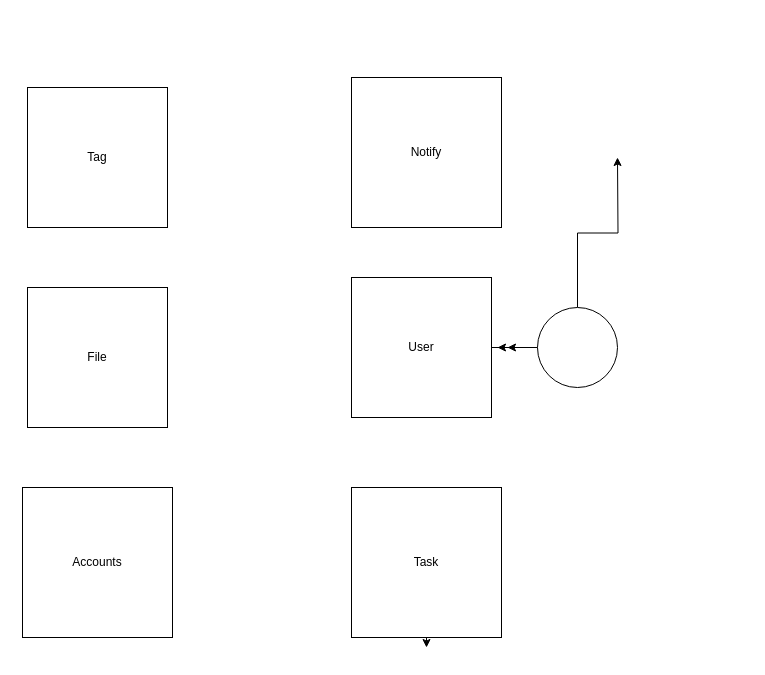
This is specification.drawio from htmlacademy-nestjs/117533-taskforce-3, a draw.io file, before an edit. Source tidied: cells renumbered, new cells numbered last; positions are measured from the earlier drawing's top-left corner, leaving out a move shared by most shapes. Both pictures are drawn from the tidied source at 100%, with x=0, y=0 at pixel (22, 77).
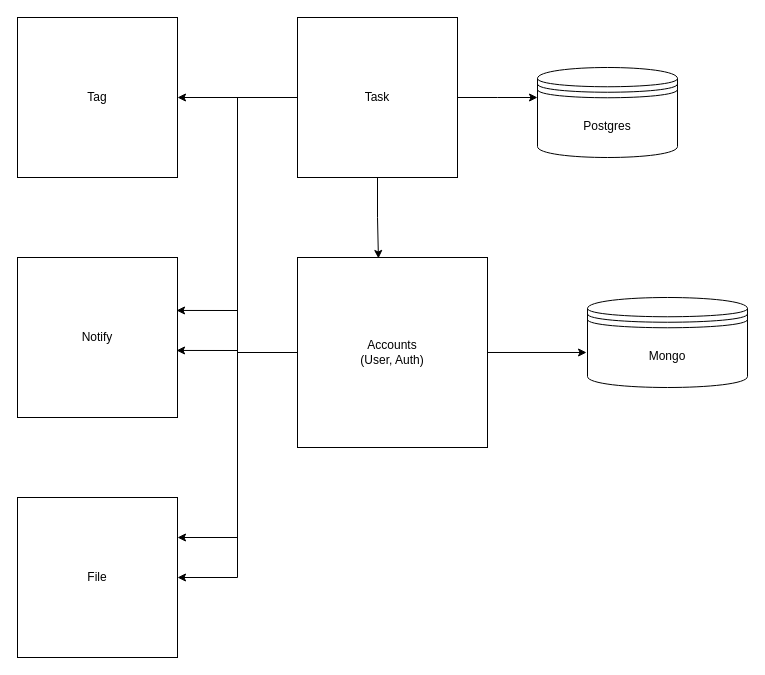
The same page after the edit.

Diff of the diagram source:
```diff
@@
 <mxGraphModel>
   <root>
     <mxCell id="0" />
     <mxCell id="1" parent="0" />
-    <mxCell id="2" value="Accounts&lt;br&gt;" style="whiteSpace=wrap;html=1;" parent="1" vertex="1">
-      <mxGeometry y="410" width="150" height="150" as="geometry" />
-    </mxCell>
-    <mxCell id="3" value="File&lt;br&gt;" style="whiteSpace=wrap;html=1;" parent="1" vertex="1">
-      <mxGeometry x="5" y="210" width="140" height="140" as="geometry" />
+    <mxCell id="3" value="File" style="whiteSpace=wrap;html=1;" parent="1" vertex="1">
+      <mxGeometry x="-5" y="420" width="160" height="160" as="geometry" />
     </mxCell>
-    <mxCell id="4" style="edgeStyle=orthogonalEdgeStyle;rounded=0;jettySize=auto;html=1;" parent="1" edge="1" source="5">
-      <mxGeometry relative="1" as="geometry">
-        <mxPoint x="485" y="270" as="targetPoint" />
-        <Array as="points">
-          <mxPoint x="515" y="270" />
-          <mxPoint x="515" y="270" />
-        </Array>
-      </mxGeometry>
-    </mxCell>
-    <mxCell id="5" value="User&lt;br&gt;" style="whiteSpace=wrap;html=1;" parent="1" vertex="1">
-      <mxGeometry x="329" y="200" width="140" height="140" as="geometry" />
-    </mxCell>
+    <mxCell id="7" value="Notify" style="whiteSpace=wrap;html=1;" parent="1" vertex="1">
+      <mxGeometry x="-5" y="180" width="160" height="160" as="geometry" />
+    </mxCell>
-    <mxCell id="6" value="Tag&lt;br&gt;" style="whiteSpace=wrap;html=1;" parent="1" vertex="1">
-      <mxGeometry x="5" y="10" width="140" height="140" as="geometry" />
+    <mxCell id="6" value="Tag" style="whiteSpace=wrap;html=1;" parent="1" vertex="1">
+      <mxGeometry x="-5" y="-60" width="160" height="160" as="geometry" />
     </mxCell>
-    <mxCell id="7" value="Notify&lt;br&gt;" style="whiteSpace=wrap;html=1;" parent="1" vertex="1">
-      <mxGeometry x="329" width="150" height="150" as="geometry" />
-    </mxCell>
-    <mxCell id="8" style="edgeStyle=orthogonalEdgeStyle;rounded=0;jettySize=auto;html=1;exitX=0.5;exitY=1;exitDx=0;exitDy=0;" parent="1" edge="1" source="9">
-      <mxGeometry relative="1" as="geometry">
-        <mxPoint x="404" y="570" as="targetPoint" />
-      </mxGeometry>
-    </mxCell>
+    <mxCell id="13" style="edgeStyle=orthogonalEdgeStyle;rounded=0;jettySize=auto;html=1;" parent="1" edge="1" source="9">
+      <mxGeometry relative="1" as="geometry">
+        <mxPoint x="515" y="20" as="targetPoint" />
+      </mxGeometry>
+    </mxCell>
+    <mxCell id="14" style="edgeStyle=orthogonalEdgeStyle;rounded=0;jettySize=auto;html=1;entryX=0.426;entryY=0.005;entryDx=0;entryDy=0;entryPerimeter=0;" parent="1" edge="1" source="9" target="21">
+      <mxGeometry relative="1" as="geometry" />
+    </mxCell>
+    <mxCell id="15" style="edgeStyle=orthogonalEdgeStyle;rounded=0;jettySize=auto;html=1;entryX=1;entryY=0.5;entryDx=0;entryDy=0;" parent="1" edge="1" source="9" target="6">
+      <mxGeometry relative="1" as="geometry" />
+    </mxCell>
+    <mxCell id="16" style="edgeStyle=orthogonalEdgeStyle;rounded=0;jettySize=auto;html=1;entryX=1;entryY=0.25;entryDx=0;entryDy=0;" parent="1" edge="1" source="9" target="3">
+      <mxGeometry relative="1" as="geometry" />
+    </mxCell>
+    <mxCell id="17" style="edgeStyle=orthogonalEdgeStyle;rounded=0;jettySize=auto;html=1;entryX=0.994;entryY=0.331;entryDx=0;entryDy=0;entryPerimeter=0;" parent="1" edge="1" source="9" target="7">
+      <mxGeometry relative="1" as="geometry" />
+    </mxCell>
-    <mxCell id="9" value="Task&lt;br&gt;" style="whiteSpace=wrap;html=1;" parent="1" vertex="1">
-      <mxGeometry x="329" y="410" width="150" height="150" as="geometry" />
+    <mxCell id="9" value="Task" style="whiteSpace=wrap;html=1;" parent="1" vertex="1">
+      <mxGeometry x="275" y="-60" width="160" height="160" as="geometry" />
     </mxCell>
-    <mxCell id="10" style="edgeStyle=orthogonalEdgeStyle;rounded=0;jettySize=auto;html=1;" parent="1" edge="1" source="12">
-      <mxGeometry relative="1" as="geometry">
-        <mxPoint x="475" y="270" as="targetPoint" />
-      </mxGeometry>
-    </mxCell>
-    <mxCell id="11" style="edgeStyle=orthogonalEdgeStyle;rounded=0;jettySize=auto;html=1;" parent="1" edge="1" source="12">
-      <mxGeometry relative="1" as="geometry">
-        <mxPoint x="595" y="80" as="targetPoint" />
-      </mxGeometry>
-    </mxCell>
-    <mxCell id="12" style="ellipse;whiteSpace=wrap;html=1;" parent="1" vertex="1">
-      <mxGeometry x="515" y="230" width="80" height="80" as="geometry" />
-    </mxCell>
+    <mxCell id="18" style="edgeStyle=orthogonalEdgeStyle;rounded=0;jettySize=auto;html=1;entryX=1;entryY=0.5;entryDx=0;entryDy=0;" parent="1" edge="1" source="21" target="3">
+      <mxGeometry relative="1" as="geometry" />
+    </mxCell>
+    <mxCell id="19" style="edgeStyle=orthogonalEdgeStyle;rounded=0;jettySize=auto;html=1;entryX=0.994;entryY=0.581;entryDx=0;entryDy=0;entryPerimeter=0;" parent="1" edge="1" source="21" target="7">
+      <mxGeometry relative="1" as="geometry" />
+    </mxCell>
+    <mxCell id="20" style="edgeStyle=orthogonalEdgeStyle;rounded=0;jettySize=auto;html=1;entryX=-0.006;entryY=0.611;entryDx=0;entryDy=0;entryPerimeter=0;" parent="1" edge="1" source="21" target="22">
+      <mxGeometry relative="1" as="geometry" />
+    </mxCell>
+    <mxCell id="21" value="Accounts&lt;br&gt;(User, Auth)" style="whiteSpace=wrap;html=1;" parent="1" vertex="1">
+      <mxGeometry x="275" y="180" width="190" height="190" as="geometry" />
+    </mxCell>
+    <mxCell id="22" value="Mongo" style="shape=datastore;whiteSpace=wrap;html=1;" parent="1" vertex="1">
+      <mxGeometry x="565" y="220" width="160" height="90" as="geometry" />
+    </mxCell>
+    <mxCell id="23" value="Postgres" style="shape=datastore;whiteSpace=wrap;html=1;" parent="1" vertex="1">
+      <mxGeometry x="515" y="-10" width="140" height="90" as="geometry" />
+    </mxCell>
   </root>
 </mxGraphModel>
```
